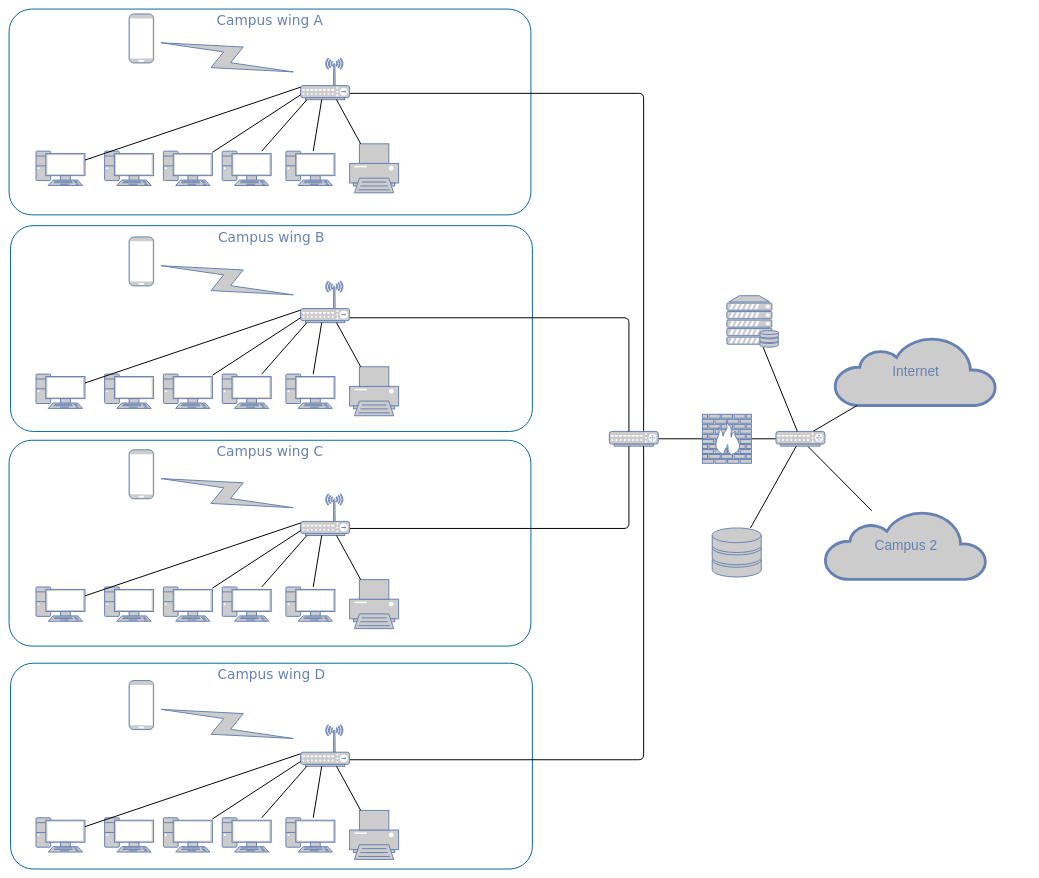
daiki2138/NW keeps this draw.io diagram as network.drawio. Above is the earlier version. Source tidied: cells renumbered, new cells numbered last; positions are measured from the earlier drawing's top-left corner, leaving out a move shared by most shapes. Both pictures are drawn from the tidied source at 49%, with x=0, y=0 at pixel (9, 9).
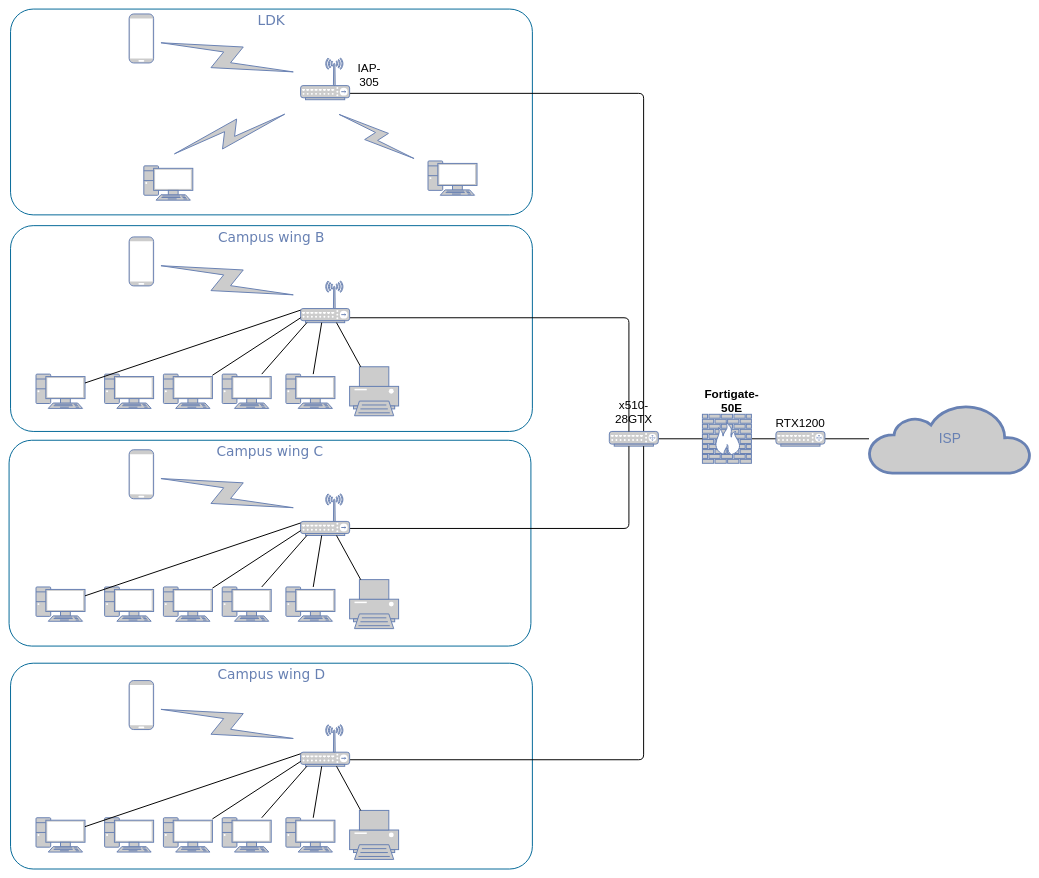
After the change.

Commit message:
network.drawio を更新します

Unchanged cells that the change refers to:
```xml
<mxCell id="17" style="fontColor=#0066CC;verticalAlign=top;verticalLabelPosition=bottom;labelPosition=center;align=center;html=1;fillColor=#CCCCCC;strokeColor=#6881B3;gradientColor=none;gradientDirection=north;strokeWidth=2;shape=mxgraph.networks.wireless_hub;rounded=0;shadow=0;comic=0;" parent="1" vertex="1">
  <mxGeometry x="595" y="100" width="100" height="85" as="geometry" />
</mxCell>
<mxCell id="58" style="fontColor=#0066CC;verticalAlign=top;verticalLabelPosition=bottom;labelPosition=center;align=center;html=1;fillColor=#CCCCCC;strokeColor=#6881B3;gradientColor=none;gradientDirection=north;strokeWidth=2;shape=mxgraph.networks.router;rounded=0;shadow=0;comic=0;" parent="1" vertex="1">
  <mxGeometry x="1565" y="862" width="100" height="30" as="geometry" />
</mxCell>
```

The edit, as a diff of the source:
```diff
@@
-    <mxCell id="5" value="Campus wing A" style="rounded=1;whiteSpace=wrap;html=1;shadow=0;comic=0;strokeColor=#036897;strokeWidth=2;fillColor=none;fontFamily=Verdana;fontSize=28;fontColor=#6881B3;align=center;arcSize=11;verticalAlign=top;" parent="1" vertex="1">
-      <mxGeometry width="1065" height="420" as="geometry" />
+    <mxCell id="5" value="LDK" style="rounded=1;whiteSpace=wrap;html=1;shadow=0;comic=0;strokeColor=#036897;strokeWidth=2;fillColor=none;fontFamily=Verdana;fontSize=28;fontColor=#6881B3;align=center;arcSize=11;verticalAlign=top;" parent="1" vertex="1">
+      <mxGeometry x="3" width="1065" height="420" as="geometry" />
     </mxCell>
@@
     <mxCell id="11" style="fontColor=#0066CC;verticalAlign=top;verticalLabelPosition=bottom;labelPosition=center;align=center;html=1;fillColor=#CCCCCC;strokeColor=#6881B3;gradientColor=none;gradientDirection=north;strokeWidth=2;shape=mxgraph.networks.pc;rounded=0;shadow=0;comic=0;" parent="1" vertex="1">
-      <mxGeometry x="55" y="290" width="100" height="70" as="geometry" />
+      <mxGeometry x="275" y="320" width="100" height="70" as="geometry" />
     </mxCell>
     <mxCell id="12" style="fontColor=#0066CC;verticalAlign=top;verticalLabelPosition=bottom;labelPosition=center;align=center;html=1;fillColor=#CCCCCC;strokeColor=#6881B3;gradientColor=none;gradientDirection=north;strokeWidth=2;shape=mxgraph.networks.pc;rounded=0;shadow=0;comic=0;" parent="1" vertex="1">
-      <mxGeometry x="195" y="290" width="100" height="70" as="geometry" />
+      <mxGeometry x="855" y="310" width="100" height="70" as="geometry" />
     </mxCell>
-    <mxCell id="13" style="fontColor=#0066CC;verticalAlign=top;verticalLabelPosition=bottom;labelPosition=center;align=center;html=1;fillColor=#CCCCCC;strokeColor=#6881B3;gradientColor=none;gradientDirection=north;strokeWidth=2;shape=mxgraph.networks.pc;rounded=0;shadow=0;comic=0;" parent="1" vertex="1">
-      <mxGeometry x="315" y="290" width="100" height="70" as="geometry" />
-    </mxCell>
-    <mxCell id="14" style="fontColor=#0066CC;verticalAlign=top;verticalLabelPosition=bottom;labelPosition=center;align=center;html=1;fillColor=#CCCCCC;strokeColor=#6881B3;gradientColor=none;gradientDirection=north;strokeWidth=2;shape=mxgraph.networks.pc;rounded=0;shadow=0;comic=0;" parent="1" vertex="1">
-      <mxGeometry x="435" y="290" width="100" height="70" as="geometry" />
-    </mxCell>
-    <mxCell id="15" style="fontColor=#0066CC;verticalAlign=top;verticalLabelPosition=bottom;labelPosition=center;align=center;html=1;fillColor=#CCCCCC;strokeColor=#6881B3;gradientColor=none;gradientDirection=north;strokeWidth=2;shape=mxgraph.networks.pc;rounded=0;shadow=0;comic=0;" parent="1" vertex="1">
-      <mxGeometry x="565" y="290" width="100" height="70" as="geometry" />
-    </mxCell>
-    <mxCell id="16" style="fontColor=#0066CC;verticalAlign=top;verticalLabelPosition=bottom;labelPosition=center;align=center;html=1;fillColor=#CCCCCC;strokeColor=#6881B3;gradientColor=none;gradientDirection=north;strokeWidth=2;shape=mxgraph.networks.printer;rounded=0;shadow=0;comic=0;" parent="1" vertex="1">
-      <mxGeometry x="695" y="275" width="100" height="100" as="geometry" />
-    </mxCell>
@@
-    <mxCell id="18" style="edgeStyle=none;html=1;labelBackgroundColor=none;endArrow=none;endFill=0;strokeWidth=2;fontFamily=Verdana;fontSize=15;fontColor=#036897;" parent="1" edge="1" source="11" target="17">
-      <mxGeometry relative="1" as="geometry" />
-    </mxCell>
-    <mxCell id="19" style="edgeStyle=none;html=1;labelBackgroundColor=none;endArrow=none;endFill=0;strokeWidth=2;fontFamily=Verdana;fontSize=15;fontColor=#036897;" parent="1" edge="1" source="13" target="17">
-      <mxGeometry relative="1" as="geometry" />
-    </mxCell>
-    <mxCell id="20" style="edgeStyle=none;html=1;labelBackgroundColor=none;endArrow=none;endFill=0;strokeWidth=2;fontFamily=Verdana;fontSize=15;fontColor=#036897;" parent="1" edge="1" source="14" target="17">
-      <mxGeometry relative="1" as="geometry" />
-    </mxCell>
-    <mxCell id="21" style="edgeStyle=none;html=1;labelBackgroundColor=none;endArrow=none;endFill=0;strokeWidth=2;fontFamily=Verdana;fontSize=15;fontColor=#036897;" parent="1" edge="1" source="15" target="17">
-      <mxGeometry relative="1" as="geometry" />
-    </mxCell>
-    <mxCell id="22" style="edgeStyle=none;html=1;labelBackgroundColor=none;endArrow=none;endFill=0;strokeWidth=2;fontFamily=Verdana;fontSize=15;fontColor=#036897;" parent="1" edge="1" source="16" target="17">
-      <mxGeometry relative="1" as="geometry" />
-    </mxCell>
@@
-    <mxCell id="55" value="Internet" style="html=1;fillColor=#CCCCCC;strokeColor=#6881B3;gradientColor=none;gradientDirection=north;strokeWidth=2;shape=mxgraph.networks.cloud;fontColor=#6881B3;rounded=0;shadow=0;comic=0;align=center;fontSize=28;" parent="1" vertex="1">
-      <mxGeometry x="1685" y="669" width="330" height="140" as="geometry" />
-    </mxCell>
-    <mxCell id="56" style="edgeStyle=none;html=1;labelBackgroundColor=none;endArrow=none;endFill=0;strokeWidth=2;fontFamily=Verdana;fontSize=28;fontColor=#6881B3;" parent="1" edge="1" source="58" target="55">
-      <mxGeometry relative="1" as="geometry" />
-    </mxCell>
@@
-    <mxCell id="59" style="edgeStyle=none;html=1;labelBackgroundColor=none;endArrow=none;endFill=0;strokeWidth=2;fontFamily=Verdana;fontSize=28;fontColor=#6881B3;" parent="1" edge="1" source="60" target="58">
-      <mxGeometry relative="1" as="geometry" />
-    </mxCell>
-    <mxCell id="60" style="fontColor=#0066CC;verticalAlign=top;verticalLabelPosition=bottom;labelPosition=center;align=center;html=1;fillColor=#CCCCCC;strokeColor=#6881B3;gradientColor=none;gradientDirection=north;strokeWidth=2;shape=mxgraph.networks.storage;rounded=0;shadow=0;comic=0;" parent="1" vertex="1">
-      <mxGeometry x="1435" y="1059" width="100" height="100" as="geometry" />
-    </mxCell>
-    <mxCell id="61" style="edgeStyle=none;html=1;labelBackgroundColor=none;endArrow=none;endFill=0;strokeWidth=2;fontFamily=Verdana;fontSize=28;fontColor=#6881B3;" parent="1" edge="1" source="62" target="58">
-      <mxGeometry relative="1" as="geometry" />
-    </mxCell>
-    <mxCell id="62" style="fontColor=#0066CC;verticalAlign=top;verticalLabelPosition=bottom;labelPosition=center;align=center;html=1;fillColor=#CCCCCC;strokeColor=#6881B3;gradientColor=none;gradientDirection=north;strokeWidth=2;shape=mxgraph.networks.server_storage;rounded=0;shadow=0;comic=0;" parent="1" vertex="1">
-      <mxGeometry x="1465" y="585" width="105" height="105" as="geometry" />
-    </mxCell>
@@
-    <mxCell id="78" value="Campus 2" style="html=1;fillColor=#CCCCCC;strokeColor=#6881B3;gradientColor=none;gradientDirection=north;strokeWidth=2;shape=mxgraph.networks.cloud;fontColor=#6881B3;rounded=0;shadow=0;comic=0;align=center;fontSize=28;" parent="1" vertex="1">
-      <mxGeometry x="1665" y="1024" width="330" height="140" as="geometry" />
+    <mxCell id="78" value="&lt;div&gt;ISP&lt;/div&gt;" style="html=1;fillColor=#CCCCCC;strokeColor=#6881B3;gradientColor=none;gradientDirection=north;strokeWidth=2;shape=mxgraph.networks.cloud;fontColor=#6881B3;rounded=0;shadow=0;comic=0;align=center;fontSize=28;" parent="1" vertex="1">
+      <mxGeometry x="1755" y="807" width="330" height="140" as="geometry" />
     </mxCell>
+    <mxCell id="79" value="&lt;div&gt;&lt;font style=&quot;font-size: 24px;&quot;&gt;RTX1200&lt;/font&gt;&lt;/div&gt;" style="text;strokeColor=none;align=center;fillColor=none;html=1;verticalAlign=middle;whiteSpace=wrap;rounded=0;" parent="1" vertex="1">
+      <mxGeometry x="1585" y="830" width="60" height="30" as="geometry" />
+    </mxCell>
+    <mxCell id="80" value="&lt;h3 style=&quot;font-size: 24.04px;&quot;&gt;&lt;font style=&quot;font-size: 24.04px;&quot;&gt;Fortigate-50E&lt;/font&gt;&lt;/h3&gt;" style="text;strokeColor=none;align=center;fillColor=none;html=1;verticalAlign=middle;whiteSpace=wrap;rounded=0;" parent="1" vertex="1">
+      <mxGeometry x="1445" y="785" width="60" height="30" as="geometry" />
+    </mxCell>
+    <mxCell id="81" value="&lt;font style=&quot;font-size: 24px;&quot;&gt;x510-28GTX&lt;/font&gt;" style="text;strokeColor=none;align=center;fillColor=none;html=1;verticalAlign=middle;whiteSpace=wrap;rounded=0;" parent="1" vertex="1">
+      <mxGeometry x="1245" y="807" width="60" height="30" as="geometry" />
+    </mxCell>
+    <mxCell id="82" style="html=1;fillColor=#CCCCCC;strokeColor=#6881B3;gradientColor=none;gradientDirection=north;strokeWidth=2;shape=mxgraph.networks.comm_link_edge;html=1;labelBackgroundColor=none;endArrow=none;endFill=0;fontFamily=Verdana;fontSize=20;" parent="1" edge="1">
+      <mxGeometry relative="1" as="geometry">
+        <mxPoint x="325" y="300" as="sourcePoint" />
+        <mxPoint x="575" y="210" as="targetPoint" />
+        <Array as="points">
+          <mxPoint x="565" y="240" />
+        </Array>
+      </mxGeometry>
+    </mxCell>
+    <mxCell id="83" style="html=1;fillColor=#CCCCCC;strokeColor=#6881B3;gradientColor=none;gradientDirection=north;strokeWidth=2;shape=mxgraph.networks.comm_link_edge;html=1;labelBackgroundColor=none;endArrow=none;endFill=0;fontFamily=Verdana;fontSize=20;" parent="1" edge="1">
+      <mxGeometry relative="1" as="geometry">
+        <mxPoint x="665" y="210" as="sourcePoint" />
+        <mxPoint x="835" y="310" as="targetPoint" />
+        <Array as="points">
+          <mxPoint x="925" y="130" />
+          <mxPoint x="815" y="230" />
+        </Array>
+      </mxGeometry>
+    </mxCell>
+    <mxCell id="84" value="&lt;font style=&quot;font-size: 24px;&quot;&gt;IAP-305&lt;/font&gt;" style="text;strokeColor=none;align=center;fillColor=none;html=1;verticalAlign=middle;whiteSpace=wrap;rounded=0;" parent="1" vertex="1">
+      <mxGeometry x="705" y="120" width="60" height="30" as="geometry" />
+    </mxCell>
```
